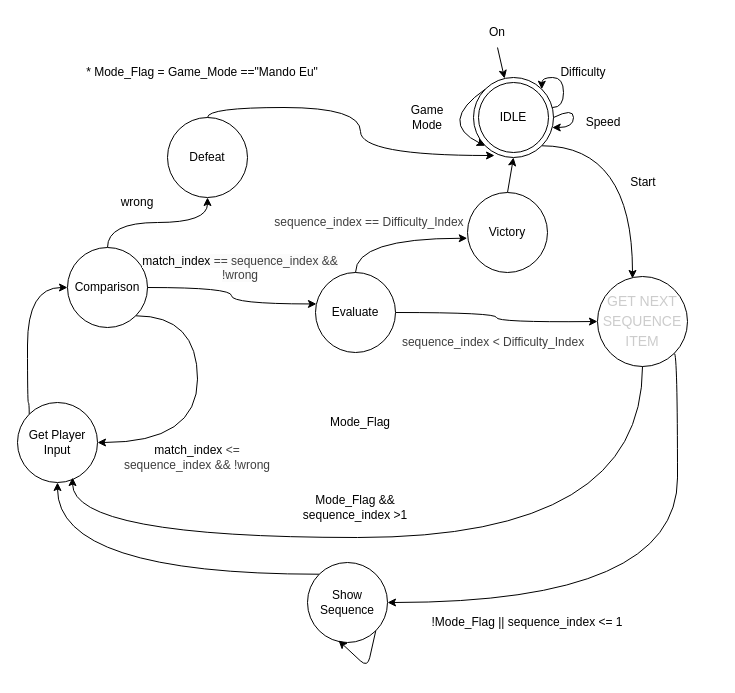
The draw.io diagram doc/fluxogram.drawio in S4nt1ag0/Genius-PBL, before the edit. Source tidied: cells renumbered, new cells numbered last; positions are measured from the earlier drawing's top-left corner, leaving out a move shared by most shapes. Both pictures are drawn from the tidied source at 100%, with x=0, y=0 at pixel (17, 17).
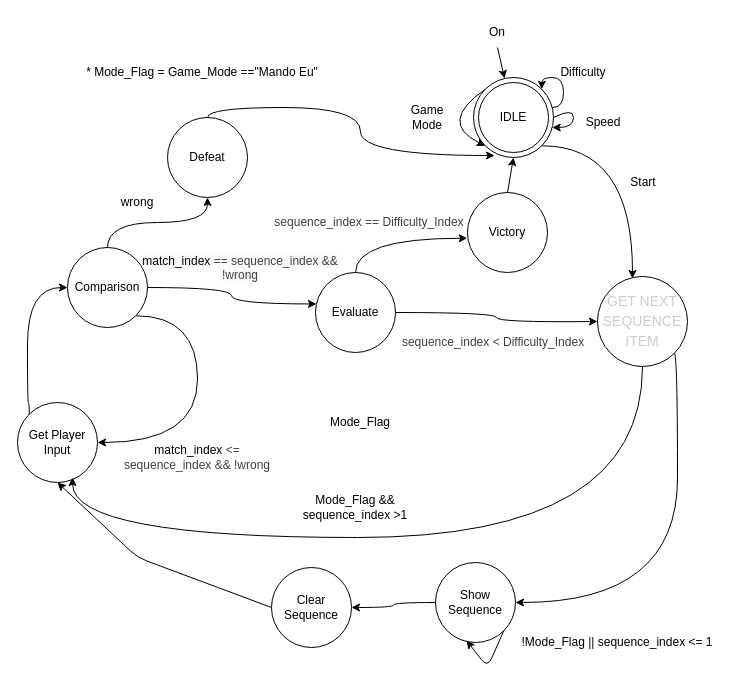
After the change.

The change refers to these unchanged cells:
```xml
<mxCell id="10" value="Get Player Input" style="ellipse;whiteSpace=wrap;html=1;" parent="1" vertex="1">
  <mxGeometry y="385" width="80" height="80" as="geometry" />
</mxCell>
```

What changed in the source:
```diff
@@
-    <mxCell id="13" style="edgeStyle=orthogonalEdgeStyle;curved=1;html=1;exitX=0;exitY=0;exitDx=0;exitDy=0;" parent="1" edge="1" source="14" target="10">
+    <mxCell id="13" style="edgeStyle=orthogonalEdgeStyle;curved=1;html=1;exitX=0;exitY=0.5;exitDx=0;exitDy=0;" parent="1" edge="1" source="14" target="43">
       <mxGeometry relative="1" as="geometry" />
     </mxCell>
     <mxCell id="14" value="Show Sequence" style="ellipse;whiteSpace=wrap;html=1;" parent="1" vertex="1">
-      <mxGeometry x="290" y="545" width="80" height="80" as="geometry" />
+      <mxGeometry x="418" y="545" width="80" height="80" as="geometry" />
     </mxCell>
@@
     <mxCell id="39" value="!Mode_Flag || sequence_index &amp;lt;= 1" style="text;strokeColor=none;align=center;fillColor=none;html=1;verticalAlign=middle;whiteSpace=wrap;rounded=0;" parent="1" vertex="1">
-      <mxGeometry x="410" y="590" width="200" height="30" as="geometry" />
+      <mxGeometry x="500" y="610" width="200" height="30" as="geometry" />
     </mxCell>
@@
     <mxCell id="41" style="edgeStyle=none;html=1;exitX=1;exitY=1;exitDx=0;exitDy=0;entryX=0.388;entryY=0.975;entryDx=0;entryDy=0;entryPerimeter=0;" parent="1" edge="1" source="14" target="14">
       <mxGeometry relative="1" as="geometry">
         <Array as="points">
-          <mxPoint x="350" y="650" />
+          <mxPoint x="470" y="650" />
         </Array>
       </mxGeometry>
     </mxCell>
+    <mxCell id="42" style="edgeStyle=none;html=1;exitX=0;exitY=0.5;exitDx=0;exitDy=0;entryX=0.5;entryY=1;entryDx=0;entryDy=0;" parent="1" edge="1" source="43" target="10">
+      <mxGeometry relative="1" as="geometry">
+        <Array as="points">
+          <mxPoint x="120" y="540" />
+        </Array>
+      </mxGeometry>
+    </mxCell>
+    <mxCell id="43" value="Clear Sequence" style="ellipse;whiteSpace=wrap;html=1;" parent="1" vertex="1">
+      <mxGeometry x="254" y="550" width="80" height="80" as="geometry" />
+    </mxCell>
```
